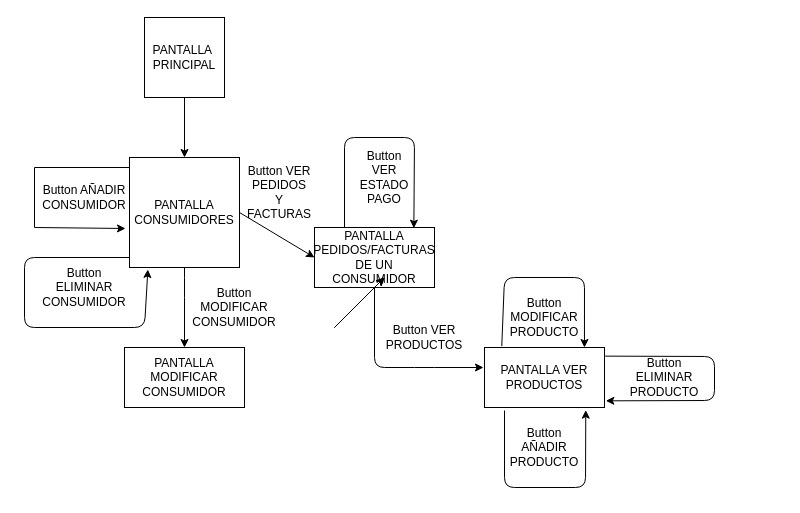
Before: Mapa.drawio in katacliny/practica, a draw.io diagram. Source tidied: cells renumbered, new cells numbered last; positions are measured from the earlier drawing's top-left corner, leaving out a move shared by most shapes. Both pictures are drawn from the tidied source at 100%, with x=0, y=0 at pixel (24, 17).
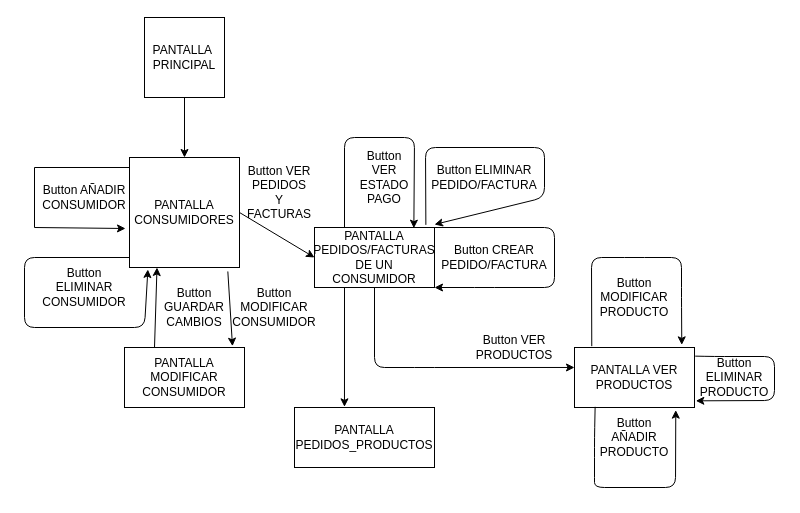
The same page after the edit.

Unchanged cells that the change refers to:
```xml
<mxCell id="5" value="PANTALLA CONSUMIDORES" style="whiteSpace=wrap;html=1;" parent="1" vertex="1">
  <mxGeometry x="105" y="140" width="110" height="110" as="geometry" />
</mxCell>
<mxCell id="6" value="PANTALLA MODIFICAR CONSUMIDOR" style="rounded=0;whiteSpace=wrap;html=1;" parent="1" vertex="1">
  <mxGeometry x="100" y="330" width="120" height="60" as="geometry" />
</mxCell>
<mxCell id="9" value="PANTALLA PEDIDOS/FACTURAS DE UN CONSUMIDOR" style="rounded=0;whiteSpace=wrap;html=1;" parent="1" vertex="1">
  <mxGeometry x="290" y="210" width="120" height="60" as="geometry" />
</mxCell>
```

Change to the diagram source:
```diff
@@
-    <mxCell id="7" style="endArrow=classic;html=1;exitX=0.5;exitY=1;exitDx=0;exitDy=0;" parent="1" edge="1" source="5">
-      <mxGeometry relative="1" as="geometry">
-        <mxPoint x="160" y="330" as="targetPoint" />
-        <Array as="points">
-          <mxPoint x="160" y="270" />
-        </Array>
-      </mxGeometry>
+    <mxCell id="7" style="endArrow=classic;html=1;exitX=0.894;exitY=1.036;exitDx=0;exitDy=0;entryX=0.9;entryY=-0.022;entryDx=0;entryDy=0;exitPerimeter=0;entryPerimeter=0;" parent="1" edge="1" source="5" target="6">
+      <mxGeometry relative="1" as="geometry" />
     </mxCell>
     <mxCell id="8" value="Button MODIFICAR CONSUMIDOR" style="text;html=1;strokeColor=none;fillColor=none;align=center;verticalAlign=middle;whiteSpace=wrap;rounded=0;" parent="1" vertex="1">
-      <mxGeometry x="190" y="280" width="40" height="20" as="geometry" />
+      <mxGeometry x="230" y="280" width="40" height="20" as="geometry" />
     </mxCell>
@@
     <mxCell id="11" value="PANTALLA VER PRODUCTOS" style="rounded=0;whiteSpace=wrap;html=1;" parent="1" vertex="1">
-      <mxGeometry x="460" y="330" width="120" height="60" as="geometry" />
+      <mxGeometry x="550" y="330" width="120" height="60" as="geometry" />
     </mxCell>
-    <mxCell id="12" style="endArrow=classic;html=1;exitX=0.5;exitY=1;exitDx=0;exitDy=0;" parent="1" edge="1" source="9">
+    <mxCell id="12" style="endArrow=classic;html=1;exitX=0.5;exitY=1;exitDx=0;exitDy=0;entryX=0;entryY=0.333;entryDx=0;entryDy=0;entryPerimeter=0;" parent="1" edge="1" source="9" target="11">
       <mxGeometry relative="1" as="geometry">
-        <mxPoint x="459" y="350" as="targetPoint" />
         <Array as="points">
           <mxPoint x="350" y="350" />
           <mxPoint x="400" y="350" />
         </Array>
       </mxGeometry>
     </mxCell>
@@
     <mxCell id="14" value="Button VER PRODUCTOS" style="text;html=1;strokeColor=none;fillColor=none;align=center;verticalAlign=middle;whiteSpace=wrap;rounded=0;" parent="1" vertex="1">
-      <mxGeometry x="380" y="310" width="40" height="20" as="geometry" />
+      <mxGeometry x="470" y="320" width="40" height="20" as="geometry" />
     </mxCell>
@@
     <mxCell id="18" value="Button AÑADIR PRODUCTO" style="text;html=1;strokeColor=none;fillColor=none;align=center;verticalAlign=middle;whiteSpace=wrap;rounded=0;" parent="1" vertex="1">
-      <mxGeometry x="500" y="420" width="40" height="20" as="geometry" />
+      <mxGeometry x="590" y="410" width="40" height="20" as="geometry" />
     </mxCell>
     <mxCell id="19" value="Button MODIFICAR PRODUCTO" style="text;html=1;strokeColor=none;fillColor=none;align=center;verticalAlign=middle;whiteSpace=wrap;rounded=0;" parent="1" vertex="1">
-      <mxGeometry x="500" y="290" width="40" height="20" as="geometry" />
+      <mxGeometry x="590" y="270" width="40" height="20" as="geometry" />
     </mxCell>
-    <mxCell id="20" style="endArrow=classic;html=1;entryX=0.844;entryY=1.044;entryDx=0;entryDy=0;entryPerimeter=0;" parent="1" edge="1" target="11">
+    <mxCell id="20" style="endArrow=classic;html=1;entryX=0.844;entryY=1.044;entryDx=0;entryDy=0;entryPerimeter=0;exitX=0.172;exitY=0.989;exitDx=0;exitDy=0;exitPerimeter=0;" parent="1" edge="1" source="11" target="11">
       <mxGeometry relative="1" as="geometry">
-        <mxPoint x="480" y="393" as="sourcePoint" />
         <Array as="points">
-          <mxPoint x="480" y="470" />
-          <mxPoint x="561" y="470" />
+          <mxPoint x="570" y="420" />
+          <mxPoint x="570" y="450" />
+          <mxPoint x="570" y="470" />
+          <mxPoint x="651" y="470" />
         </Array>
       </mxGeometry>
     </mxCell>
-    <mxCell id="21" style="endArrow=classic;html=1;exitX=0.144;exitY=-0.022;exitDx=0;exitDy=0;entryX=0.833;entryY=0;entryDx=0;entryDy=0;exitPerimeter=0;entryPerimeter=0;" parent="1" edge="1" source="11" target="11">
+    <mxCell id="21" style="endArrow=classic;html=1;exitX=0.144;exitY=-0.022;exitDx=0;exitDy=0;entryX=0.894;entryY=-0.044;entryDx=0;entryDy=0;exitPerimeter=0;entryPerimeter=0;" parent="1" edge="1" source="11" target="11">
       <mxGeometry relative="1" as="geometry">
         <Array as="points">
-          <mxPoint x="480" y="260" />
-          <mxPoint x="560" y="260" />
+          <mxPoint x="567" y="240" />
+          <mxPoint x="610" y="240" />
+          <mxPoint x="657" y="240" />
+          <mxPoint x="657" y="280" />
         </Array>
       </mxGeometry>
     </mxCell>
@@
     <mxCell id="24" value="Button ELIMINAR PRODUCTO" style="text;html=1;strokeColor=none;fillColor=none;align=center;verticalAlign=middle;whiteSpace=wrap;rounded=0;" parent="1" vertex="1">
-      <mxGeometry x="620" y="350" width="40" height="20" as="geometry" />
+      <mxGeometry x="690" y="350" width="40" height="20" as="geometry" />
     </mxCell>
-    <mxCell id="25" style="endArrow=classic;html=1;" parent="1" edge="1">
-      <mxGeometry relative="1" as="geometry">
-        <mxPoint x="310" y="310" as="sourcePoint" />
-        <mxPoint x="360" y="260" as="targetPoint" />
-      </mxGeometry>
-    </mxCell>
-    <mxCell id="26" style="endArrow=classic;html=1;" parent="1" edge="1">
-      <mxGeometry relative="1" as="geometry">
-        <mxPoint x="310" y="310" as="sourcePoint" />
-        <mxPoint x="360" y="260" as="targetPoint" />
-      </mxGeometry>
-    </mxCell>
     <mxCell id="27" style="endArrow=classic;html=1;exitX=1.006;exitY=0.144;exitDx=0;exitDy=0;entryX=1.011;entryY=0.889;entryDx=0;entryDy=0;exitPerimeter=0;entryPerimeter=0;" parent="1" edge="1" source="11" target="11">
       <mxGeometry relative="1" as="geometry">
         <Array as="points">
           <mxPoint x="690" y="339" />
-          <mxPoint x="690" y="383" />
+          <mxPoint x="750" y="339" />
+          <mxPoint x="750" y="383" />
         </Array>
       </mxGeometry>
     </mxCell>
+    <mxCell id="28" style="endArrow=classic;html=1;exitX=0.25;exitY=0;exitDx=0;exitDy=0;entryX=0.25;entryY=1;entryDx=0;entryDy=0;" parent="1" edge="1" source="6" target="5">
+      <mxGeometry relative="1" as="geometry" />
+    </mxCell>
+    <mxCell id="29" value="Button GUARDAR CAMBIOS" style="text;html=1;strokeColor=none;fillColor=none;align=center;verticalAlign=middle;whiteSpace=wrap;rounded=0;" parent="1" vertex="1">
+      <mxGeometry x="150" y="280" width="40" height="20" as="geometry" />
+    </mxCell>
+    <mxCell id="30" style="endArrow=classic;html=1;exitX=1;exitY=0;exitDx=0;exitDy=0;entryX=1;entryY=1;entryDx=0;entryDy=0;" parent="1" edge="1" source="9" target="9">
+      <mxGeometry relative="1" as="geometry">
+        <Array as="points">
+          <mxPoint x="530" y="210" />
+          <mxPoint x="530" y="270" />
+          <mxPoint x="460" y="270" />
+        </Array>
+      </mxGeometry>
+    </mxCell>
+    <mxCell id="31" value="Button CREAR PEDIDO/FACTURA" style="text;html=1;strokeColor=none;fillColor=none;align=center;verticalAlign=middle;whiteSpace=wrap;rounded=0;" parent="1" vertex="1">
+      <mxGeometry x="450" y="230" width="40" height="20" as="geometry" />
+    </mxCell>
+    <mxCell id="32" style="endArrow=classic;html=1;exitX=0.25;exitY=1;exitDx=0;exitDy=0;entryX=0.357;entryY=-0.011;entryDx=0;entryDy=0;entryPerimeter=0;" parent="1" edge="1" source="9" target="35">
+      <mxGeometry relative="1" as="geometry" />
+    </mxCell>
+    <mxCell id="33" value="Button ELIMINAR PEDIDO/FACTURA" style="text;html=1;strokeColor=none;fillColor=none;align=center;verticalAlign=middle;whiteSpace=wrap;rounded=0;" parent="1" vertex="1">
+      <mxGeometry x="440" y="150" width="40" height="20" as="geometry" />
+    </mxCell>
+    <mxCell id="34" style="endArrow=classic;html=1;exitX=0.928;exitY=-0.044;exitDx=0;exitDy=0;exitPerimeter=0;" parent="1" edge="1" source="9">
+      <mxGeometry relative="1" as="geometry">
+        <mxPoint x="410" y="207" as="targetPoint" />
+        <Array as="points">
+          <mxPoint x="401" y="130" />
+          <mxPoint x="520" y="130" />
+          <mxPoint x="520" y="180" />
+        </Array>
+      </mxGeometry>
+    </mxCell>
+    <mxCell id="35" value="PANTALLA PEDIDOS_PRODUCTOS" style="rounded=0;whiteSpace=wrap;html=1;" parent="1" vertex="1">
+      <mxGeometry x="270" y="390" width="140" height="60" as="geometry" />
+    </mxCell>
```
